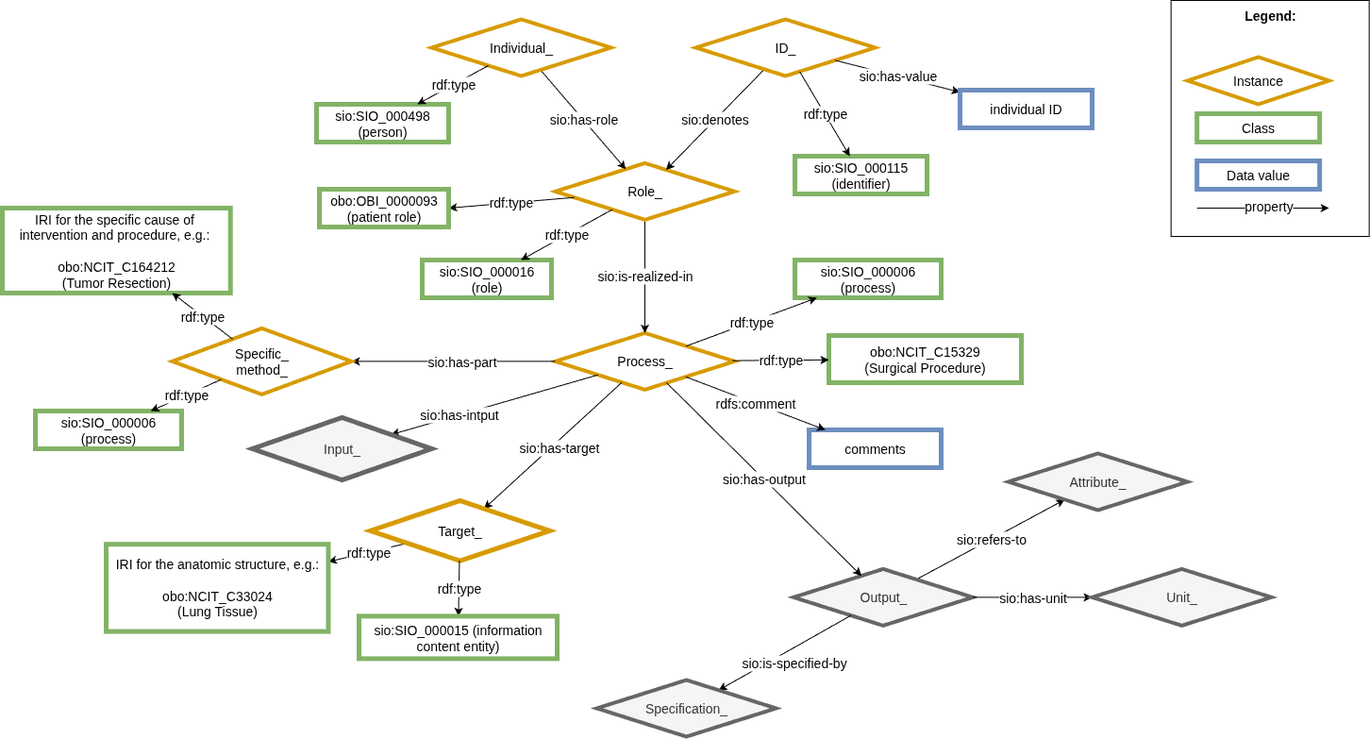
Earlier version of the draw.io export images/CARE-SM-Surgery.drawio.png (CARE-SM/CARE-Semantic-Model). Source tidied: cells renumbered, new cells last; positions are measured from the earlier drawing's top-left corner, leaving out a move shared by most shapes.
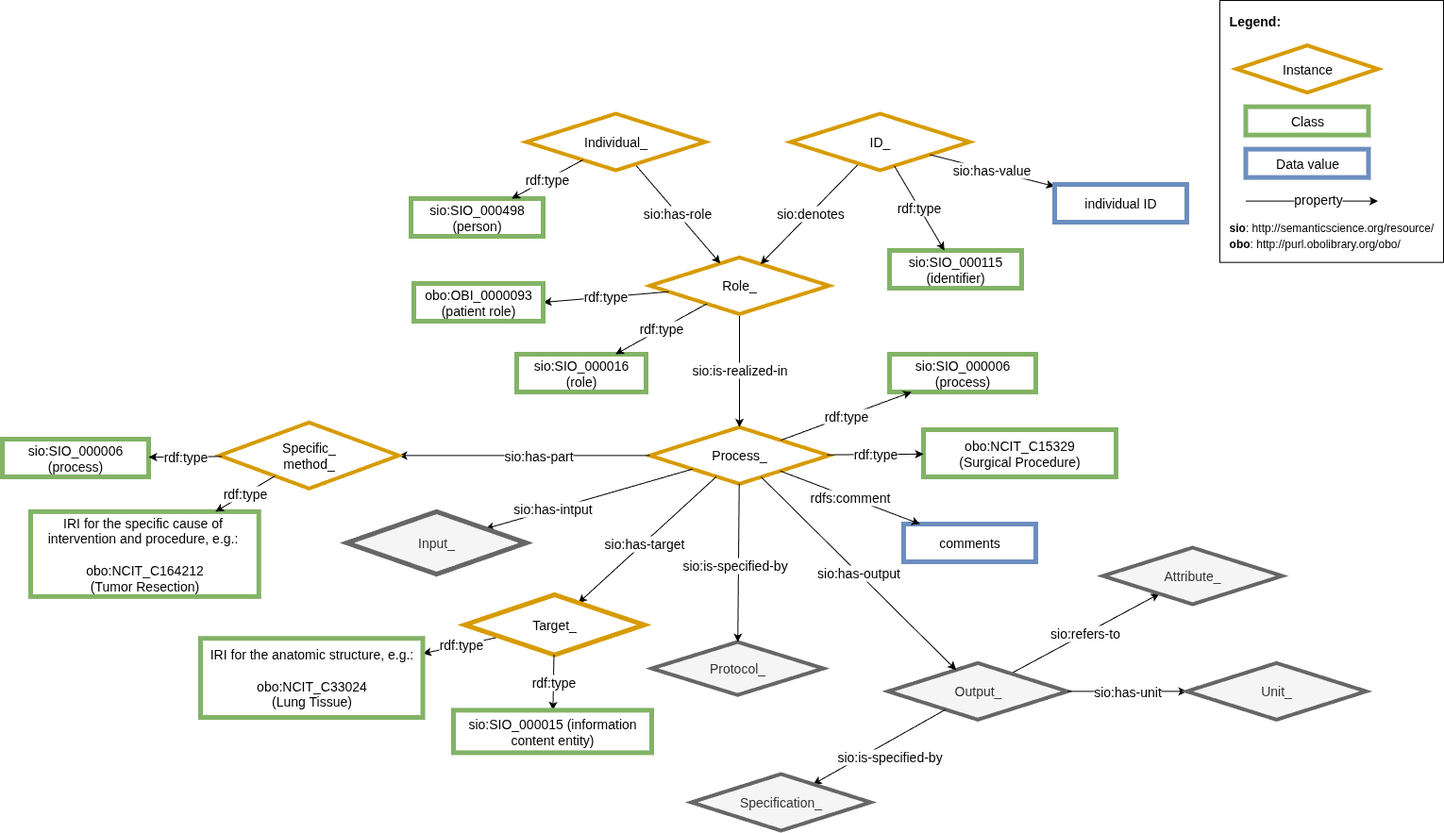
The same file after the commit.

Change to the diagram source:
```diff
@@ -68,24 +68,6 @@
         <mxPoint x="13" y="-1" as="offset" />
       </mxGeometry>
     </mxCell>
-    <mxCell id="22" value="&lt;div style=&quot;text-align: left; font-size: 14px;&quot;&gt;&lt;span style=&quot;background-color: initial; font-size: 14px;&quot;&gt;&lt;b style=&quot;font-size: 14px;&quot;&gt;&lt;font style=&quot;font-size: 14px;&quot;&gt;Legend:&lt;/font&gt;&lt;/b&gt;&lt;/span&gt;&lt;/div&gt;&lt;div style=&quot;text-align: left; font-size: 14px;&quot;&gt;&lt;span style=&quot;background-color: initial; font-size: 14px;&quot;&gt;&lt;br style=&quot;font-size: 14px;&quot;&gt;&lt;/span&gt;&lt;/div&gt;&lt;div style=&quot;text-align: left; font-size: 14px;&quot;&gt;&lt;span style=&quot;background-color: initial; font-size: 14px;&quot;&gt;&lt;br style=&quot;font-size: 14px;&quot;&gt;&lt;/span&gt;&lt;/div&gt;&lt;div style=&quot;text-align: left; font-size: 14px;&quot;&gt;&lt;span style=&quot;background-color: initial; font-size: 14px;&quot;&gt;&lt;br style=&quot;font-size: 14px;&quot;&gt;&lt;/span&gt;&lt;/div&gt;&lt;div style=&quot;text-align: left; font-size: 14px;&quot;&gt;&lt;br style=&quot;font-size: 14px;&quot;&gt;&lt;/div&gt;&lt;div style=&quot;text-align: left; font-size: 14px;&quot;&gt;&lt;br style=&quot;font-size: 14px;&quot;&gt;&lt;/div&gt;&lt;div style=&quot;text-align: left; font-size: 14px;&quot;&gt;&lt;br style=&quot;font-size: 14px;&quot;&gt;&lt;/div&gt;&lt;div style=&quot;text-align: left; font-size: 14px;&quot;&gt;&lt;br style=&quot;font-size: 14px;&quot;&gt;&lt;/div&gt;&lt;div style=&quot;text-align: left; font-size: 14px;&quot;&gt;&lt;br style=&quot;font-size: 14px;&quot;&gt;&lt;/div&gt;&lt;div style=&quot;text-align: left; font-size: 14px;&quot;&gt;&lt;span style=&quot;background-color: initial; font-size: 14px;&quot;&gt;&lt;br style=&quot;font-size: 14px;&quot;&gt;&lt;/span&gt;&lt;/div&gt;&lt;div style=&quot;text-align: left; font-size: 14px;&quot;&gt;&lt;span style=&quot;background-color: initial; font-size: 14px;&quot;&gt;&lt;br style=&quot;font-size: 14px;&quot;&gt;&lt;/span&gt;&lt;/div&gt;&lt;div style=&quot;text-align: left; font-size: 14px;&quot;&gt;&lt;span style=&quot;background-color: initial; font-size: 14px;&quot;&gt;&lt;br style=&quot;font-size: 14px;&quot;&gt;&lt;/span&gt;&lt;/div&gt;&lt;div style=&quot;text-align: left; font-size: 14px;&quot;&gt;&lt;span style=&quot;background-color: initial; font-size: 14px;&quot;&gt;&lt;br style=&quot;font-size: 14px;&quot;&gt;&lt;/span&gt;&lt;/div&gt;&lt;div style=&quot;text-align: left; font-size: 14px;&quot;&gt;&lt;span style=&quot;background-color: initial; font-size: 14px;&quot;&gt;&lt;br style=&quot;font-size: 14px;&quot;&gt;&lt;/span&gt;&lt;/div&gt;" style="rounded=0;whiteSpace=wrap;html=1;fontSize=14;" parent="1" vertex="1">
-      <mxGeometry x="1238.6" width="210" height="250" as="geometry" />
-    </mxCell>
-    <mxCell id="23" value="Class" style="whiteSpace=wrap;html=1;fillColor=#FFFFFF;strokeColor=#82b366;strokeWidth=5;fontSize=14;" parent="1" vertex="1">
-      <mxGeometry x="1266.1" y="120" width="130" height="30" as="geometry" />
-    </mxCell>
-    <mxCell id="24" value="Instance" style="rhombus;whiteSpace=wrap;html=1;fillColor=#FFFFFF;strokeColor=#D79B00;rotation=0;perimeter=rhombusPerimeter;arcSize=20;comic=0;enumerate=0;strokeWidth=4;rounded=0;fontSize=14;" parent="1" vertex="1">
-      <mxGeometry x="1256.1" y="60" width="150" height="50" as="geometry" />
-    </mxCell>
-    <mxCell id="25" value="Data value" style="whiteSpace=wrap;html=1;fillColor=#FFFFFF;strokeColor=#6c8ebf;strokeWidth=5;fontSize=14;" parent="1" vertex="1">
-      <mxGeometry x="1266.1" y="170" width="130" height="30" as="geometry" />
-    </mxCell>
-    <mxCell id="26" value="property" style="rounded=0;orthogonalLoop=1;jettySize=auto;html=1;exitX=1;exitY=1;exitDx=0;exitDy=0;fontSize=14;" parent="1" edge="1">
-      <mxGeometry x="0.09" y="2" relative="1" as="geometry">
-        <mxPoint x="1266.1" y="220" as="sourcePoint" />
-        <mxPoint x="1406.1" y="220" as="targetPoint" />
-      </mxGeometry>
-    </mxCell>
     <mxCell id="27" value="rdf:type" style="edgeStyle=none;rounded=0;jettySize=auto;html=1;fontSize=14;" parent="1" edge="1" source="11" target="15">
       <mxGeometry relative="1" as="geometry" />
     </mxCell>
@@ -94,7 +76,7 @@
     </mxCell>
     <mxCell id="29" value="sio:has-target" style="edgeLabel;html=1;align=center;verticalAlign=middle;fontSize=14;" parent="28" vertex="1">
       <mxGeometry x="-0.21" y="-1" relative="1" as="geometry">
-        <mxPoint x="-8" y="16" as="offset" />
+        <mxPoint x="-18" y="18" as="offset" />
       </mxGeometry>
     </mxCell>
     <mxCell id="30" value="sio:has-output" style="edgeStyle=none;rounded=0;jettySize=auto;html=1;fontSize=14;" parent="1" edge="1" source="4" target="3">
@@ -145,13 +127,13 @@
       <mxGeometry x="1155" y="602.4" width="190" height="60" as="geometry" />
     </mxCell>
     <mxCell id="45" value="&lt;div&gt;Specific_&lt;/div&gt;&lt;div&gt;method_&lt;/div&gt;" style="rhombus;whiteSpace=wrap;html=1;fillColor=#FFFFFF;strokeColor=#D79B00;perimeter=rhombusPerimeter;arcSize=20;comic=0;enumerate=0;strokeWidth=4;rounded=0;fontSize=14;" parent="1" vertex="1">
-      <mxGeometry x="180" y="347.4" width="190" height="70" as="geometry" />
+      <mxGeometry x="130" y="347.4" width="190" height="70" as="geometry" />
     </mxCell>
     <mxCell id="46" value="&lt;div&gt;IRI for the specific cause of&amp;nbsp;&lt;/div&gt;&lt;div&gt;intervention and procedure,&amp;nbsp;&lt;span style=&quot;background-color: transparent; color: light-dark(rgb(0, 0, 0), rgb(255, 255, 255));&quot;&gt;e.g.:&amp;nbsp;&lt;/span&gt;&lt;/div&gt;&lt;div&gt;&lt;span style=&quot;background-color: transparent; color: light-dark(rgb(0, 0, 0), rgb(255, 255, 255));&quot;&gt;&lt;br&gt;&lt;/span&gt;&lt;/div&gt;&lt;div&gt;&lt;span style=&quot;background-color: transparent; color: light-dark(rgb(0, 0, 0), rgb(255, 255, 255));&quot;&gt;obo:&lt;/span&gt;&lt;span style=&quot;background-color: transparent;&quot;&gt;NCIT_C164212&lt;/span&gt;&lt;/div&gt;&lt;div&gt;&lt;span style=&quot;background-color: transparent; color: light-dark(rgb(0, 0, 0), rgb(255, 255, 255));&quot;&gt;(Tumor Resection)&lt;/span&gt;&lt;/div&gt;" style="whiteSpace=wrap;html=1;fillColor=#FFFFFF;strokeColor=#82b366;strokeWidth=5;fontSize=14;" parent="1" vertex="1">
-      <mxGeometry y="220" width="241.8" height="90" as="geometry" />
+      <mxGeometry x="-70" y="441.9" width="241.8" height="90" as="geometry" />
     </mxCell>
     <mxCell id="47" value="sio:SIO_000006 (process)" style="whiteSpace=wrap;html=1;fillColor=#FFFFFF;strokeColor=#82b366;strokeWidth=5;fontSize=14;" parent="1" vertex="1">
-      <mxGeometry x="35" y="435" width="155" height="40" as="geometry" />
+      <mxGeometry x="-100" y="365" width="155" height="40" as="geometry" />
     </mxCell>
     <mxCell id="48" value="Input_" style="rhombus;whiteSpace=wrap;html=1;fillColor=#f5f5f5;strokeColor=#666666;strokeWidth=5;fontSize=14;fontColor=#333333;" parent="1" vertex="1">
       <mxGeometry x="265" y="441.9" width="190" height="66.2" as="geometry" />
@@ -160,7 +142,7 @@
       <mxGeometry relative="1" as="geometry" />
     </mxCell>
     <mxCell id="50" value="&lt;div&gt;IRI for the anatomic structure,&amp;nbsp;&lt;span style=&quot;background-color: transparent; color: light-dark(rgb(0, 0, 0), rgb(255, 255, 255));&quot;&gt;e.g.:&lt;/span&gt;&lt;/div&gt;&lt;div&gt;&lt;span style=&quot;background-color: transparent; color: light-dark(rgb(0, 0, 0), rgb(255, 255, 255));&quot;&gt;&lt;br&gt;&lt;/span&gt;&lt;/div&gt;&lt;div&gt;&lt;span style=&quot;background-color: transparent; color: light-dark(rgb(0, 0, 0), rgb(255, 255, 255));&quot;&gt;obo:NCIT_C33024&lt;/span&gt;&lt;/div&gt;&lt;div&gt;(Lung Tissue)&lt;/div&gt;" style="whiteSpace=wrap;html=1;fillColor=#FFFFFF;strokeColor=#82b366;strokeWidth=5;fontSize=14;" parent="1" vertex="1">
-      <mxGeometry x="110" y="576.2" width="235.5" height="92.4" as="geometry" />
+      <mxGeometry x="110" y="576.2" width="235.5" height="83.8" as="geometry" />
     </mxCell>
     <mxCell id="51" value="Target_" style="rhombus;whiteSpace=wrap;html=1;fillColor=#FFFFFF;strokeColor=#d79b00;strokeWidth=5;fontSize=14;" parent="1" vertex="1">
       <mxGeometry x="390" y="530" width="190" height="63.8" as="geometry" />
@@ -180,5 +162,34 @@
     <mxCell id="56" value="Specification_" style="rhombus;whiteSpace=wrap;html=1;fillColor=#f5f5f5;strokeColor=#666666;perimeter=rhombusPerimeter;arcSize=20;comic=0;enumerate=0;strokeWidth=4;rounded=0;fontSize=14;fontColor=#333333;" parent="1" vertex="1">
       <mxGeometry x="630" y="720" width="190" height="60" as="geometry" />
     </mxCell>
+    <mxCell id="57" value="Protocol_" style="rhombus;whiteSpace=wrap;html=1;fillColor=#f5f5f5;strokeColor=#666666;perimeter=rhombusPerimeter;arcSize=20;comic=0;enumerate=0;strokeWidth=4;rounded=0;fontSize=14;fontColor=#333333;" parent="1" vertex="1">
+      <mxGeometry x="588" y="580" width="182" height="56.2" as="geometry" />
+    </mxCell>
+    <mxCell id="58" style="edgeStyle=none;rounded=0;jettySize=auto;html=1;strokeWidth=1;fontSize=14;" parent="1" edge="1" source="4" target="57">
+      <mxGeometry relative="1" as="geometry" />
+    </mxCell>
+    <mxCell id="59" value="sio:is-specified-by" style="edgeLabel;html=1;align=center;verticalAlign=middle;fontSize=14;" parent="58" vertex="1">
+      <mxGeometry x="-0.21" y="-1" relative="1" as="geometry">
+        <mxPoint x="-4" y="19" as="offset" />
+      </mxGeometry>
+    </mxCell>
+    <mxCell id="60" value="&lt;div style=&quot;text-align: left; font-size: 14px;&quot;&gt;&lt;span style=&quot;background-color: initial; font-size: 14px;&quot;&gt;&lt;b style=&quot;font-size: 14px;&quot;&gt;&lt;font style=&quot;font-size: 14px;&quot;&gt;Legend:&lt;/font&gt;&lt;/b&gt;&lt;/span&gt;&lt;/div&gt;&lt;div style=&quot;text-align: left; font-size: 14px;&quot;&gt;&lt;span style=&quot;background-color: initial; font-size: 14px;&quot;&gt;&lt;br style=&quot;font-size: 14px;&quot;&gt;&lt;/span&gt;&lt;/div&gt;&lt;div style=&quot;text-align: left; font-size: 14px;&quot;&gt;&lt;span style=&quot;background-color: initial; font-size: 14px;&quot;&gt;&lt;br style=&quot;font-size: 14px;&quot;&gt;&lt;/span&gt;&lt;/div&gt;&lt;div style=&quot;text-align: left; font-size: 14px;&quot;&gt;&lt;span style=&quot;background-color: initial; font-size: 14px;&quot;&gt;&lt;br style=&quot;font-size: 14px;&quot;&gt;&lt;/span&gt;&lt;/div&gt;&lt;div style=&quot;text-align: left; font-size: 14px;&quot;&gt;&lt;br style=&quot;font-size: 14px;&quot;&gt;&lt;/div&gt;&lt;div style=&quot;text-align: left; font-size: 14px;&quot;&gt;&lt;br style=&quot;font-size: 14px;&quot;&gt;&lt;/div&gt;&lt;div style=&quot;text-align: left; font-size: 14px;&quot;&gt;&lt;br style=&quot;font-size: 14px;&quot;&gt;&lt;/div&gt;&lt;div style=&quot;text-align: left; font-size: 14px;&quot;&gt;&lt;br style=&quot;font-size: 14px;&quot;&gt;&lt;/div&gt;&lt;div style=&quot;text-align: left; font-size: 14px;&quot;&gt;&lt;br style=&quot;font-size: 14px;&quot;&gt;&lt;/div&gt;&lt;div style=&quot;text-align: left; font-size: 14px;&quot;&gt;&lt;span style=&quot;background-color: initial; font-size: 14px;&quot;&gt;&lt;br style=&quot;font-size: 14px;&quot;&gt;&lt;/span&gt;&lt;/div&gt;&lt;div style=&quot;text-align: left; font-size: 14px;&quot;&gt;&lt;span style=&quot;background-color: initial; font-size: 14px;&quot;&gt;&lt;br style=&quot;font-size: 14px;&quot;&gt;&lt;/span&gt;&lt;/div&gt;&lt;div style=&quot;text-align: left; font-size: 14px;&quot;&gt;&lt;span style=&quot;background-color: initial; font-size: 14px;&quot;&gt;&lt;br style=&quot;font-size: 14px;&quot;&gt;&lt;/span&gt;&lt;/div&gt;&lt;div style=&quot;text-align: left; font-size: 14px;&quot;&gt;&lt;span style=&quot;background-color: initial; font-size: 14px;&quot;&gt;&lt;br style=&quot;font-size: 14px;&quot;&gt;&lt;/span&gt;&lt;/div&gt;&lt;div style=&quot;text-align: left; font-size: 14px;&quot;&gt;&lt;b style=&quot;background-color: transparent; color: light-dark(rgb(0, 0, 0), rgb(255, 255, 255)); font-size: 12px; text-align: center;&quot;&gt;sio&lt;/b&gt;&lt;span style=&quot;background-color: transparent; color: light-dark(rgb(0, 0, 0), rgb(255, 255, 255)); font-size: 12px; text-align: center;&quot;&gt;: http://semanticscience.org/resource/&lt;/span&gt;&lt;/div&gt;&lt;div style=&quot;text-align: left;&quot;&gt;&lt;span style=&quot;font-size: 12px; background-color: transparent; color: light-dark(rgb(0, 0, 0), rgb(255, 255, 255)); text-align: center;&quot;&gt;&lt;b&gt;obo&lt;/b&gt;:&amp;nbsp;&lt;/span&gt;&lt;span style=&quot;background-color: transparent; text-align: center; font-size: 12px;&quot;&gt;http://purl.obolibrary.org/obo/&lt;/span&gt;&lt;/div&gt;" style="rounded=0;whiteSpace=wrap;html=1;fontSize=14;" parent="1" vertex="1">
+      <mxGeometry x="1190" y="-100" width="237" height="277.6" as="geometry" />
+    </mxCell>
+    <mxCell id="23" value="Class" style="whiteSpace=wrap;html=1;fillColor=#FFFFFF;strokeColor=#82b366;strokeWidth=5;fontSize=14;" parent="1" vertex="1">
+      <mxGeometry x="1217.5" y="12.6" width="130" height="30" as="geometry" />
+    </mxCell>
+    <mxCell id="24" value="Instance" style="rhombus;whiteSpace=wrap;html=1;fillColor=#FFFFFF;strokeColor=#D79B00;rotation=0;perimeter=rhombusPerimeter;arcSize=20;comic=0;enumerate=0;strokeWidth=4;rounded=0;fontSize=14;" parent="1" vertex="1">
+      <mxGeometry x="1207.5" y="-52.4" width="150" height="50" as="geometry" />
+    </mxCell>
+    <mxCell id="25" value="Data value" style="whiteSpace=wrap;html=1;fillColor=#FFFFFF;strokeColor=#6c8ebf;strokeWidth=5;fontSize=14;" parent="1" vertex="1">
+      <mxGeometry x="1217.5" y="57.6" width="130" height="30" as="geometry" />
+    </mxCell>
+    <mxCell id="26" value="property" style="rounded=0;orthogonalLoop=1;jettySize=auto;html=1;exitX=1;exitY=1;exitDx=0;exitDy=0;fontSize=14;" parent="1" edge="1">
+      <mxGeometry x="0.09" y="2" relative="1" as="geometry">
+        <mxPoint x="1217.5" y="112.6" as="sourcePoint" />
+        <mxPoint x="1357.5" y="112.6" as="targetPoint" />
+      </mxGeometry>
+    </mxCell>
   </root>
 </mxGraphModel>
```
